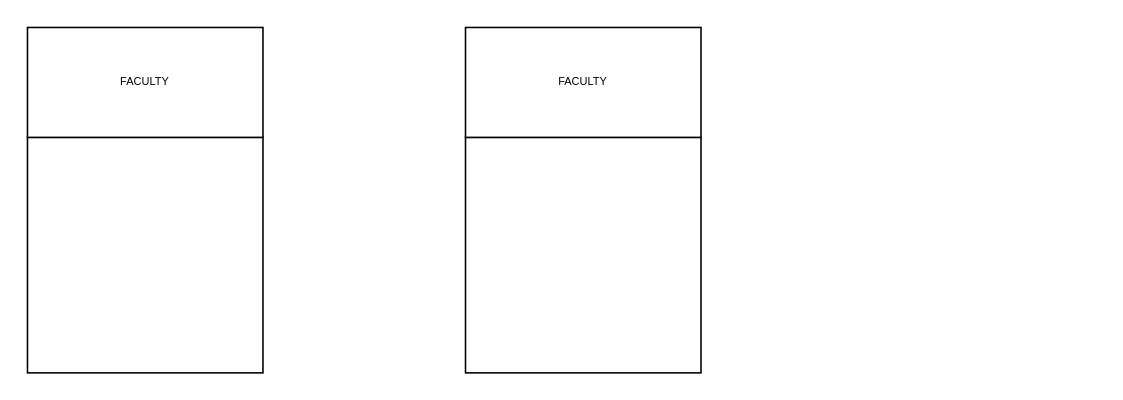
smuzaffarov/CPCS2100 keeps this draw.io diagram as Lab 06 (Design + Modeling).drawio. Above is the earlier version. Source tidied: cells renumbered, new cells numbered last; positions are measured from the earlier drawing's top-left corner, leaving out a move shared by most shapes. Both pictures are drawn from the tidied source at 157%, with x=0, y=0 at pixel (27, 27).
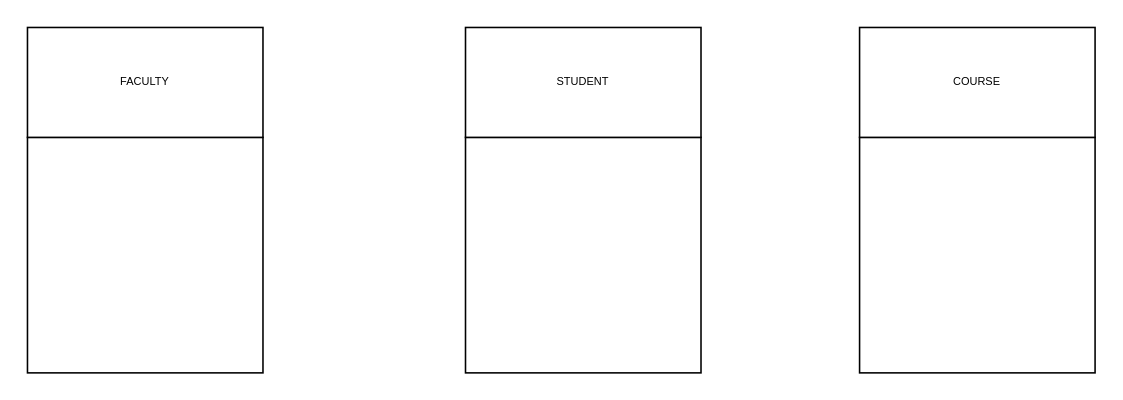
After the change.

What changed in the source:
```diff
@@
 <mxGraphModel>
   <root>
     <mxCell id="0" />
     <mxCell id="1" parent="0" />
     <mxCell id="2" style="whiteSpace=wrap;html=1;" parent="1" vertex="1">
       <mxGeometry y="70" width="150" height="150" as="geometry" />
     </mxCell>
     <mxCell id="3" style="rounded=0;whiteSpace=wrap;html=1;" parent="1" vertex="1">
       <mxGeometry width="150" height="70" as="geometry" />
     </mxCell>
     <mxCell id="4" value="FACULTY" style="text;html=1;align=center;verticalAlign=middle;whiteSpace=wrap;rounded=0;dashed=1;fontSize=7;" parent="1" vertex="1">
       <mxGeometry x="45" y="30" width="60" height="10" as="geometry" />
     </mxCell>
     <mxCell id="5" style="whiteSpace=wrap;html=1;" parent="1" vertex="1">
       <mxGeometry x="279" y="70" width="150" height="150" as="geometry" />
     </mxCell>
     <mxCell id="6" style="rounded=0;whiteSpace=wrap;html=1;" parent="1" vertex="1">
       <mxGeometry x="279" width="150" height="70" as="geometry" />
     </mxCell>
-    <mxCell id="7" value="FACULTY" style="text;html=1;align=center;verticalAlign=middle;whiteSpace=wrap;rounded=0;dashed=1;fontSize=7;" parent="1" vertex="1">
+    <mxCell id="7" value="STUDENT " style="text;html=1;align=center;verticalAlign=middle;whiteSpace=wrap;rounded=0;dashed=1;fontSize=7;" parent="1" vertex="1">
       <mxGeometry x="324" y="30" width="60" height="10" as="geometry" />
     </mxCell>
+    <mxCell id="8" style="whiteSpace=wrap;html=1;" parent="1" vertex="1">
+      <mxGeometry x="530" y="70" width="150" height="150" as="geometry" />
+    </mxCell>
+    <mxCell id="9" style="rounded=0;whiteSpace=wrap;html=1;" parent="1" vertex="1">
+      <mxGeometry x="530" width="150" height="70" as="geometry" />
+    </mxCell>
+    <mxCell id="10" value="COURSE  " style="text;html=1;align=center;verticalAlign=middle;whiteSpace=wrap;rounded=0;dashed=1;fontSize=7;" parent="1" vertex="1">
+      <mxGeometry x="575" y="30" width="60" height="10" as="geometry" />
+    </mxCell>
   </root>
 </mxGraphModel>
```
